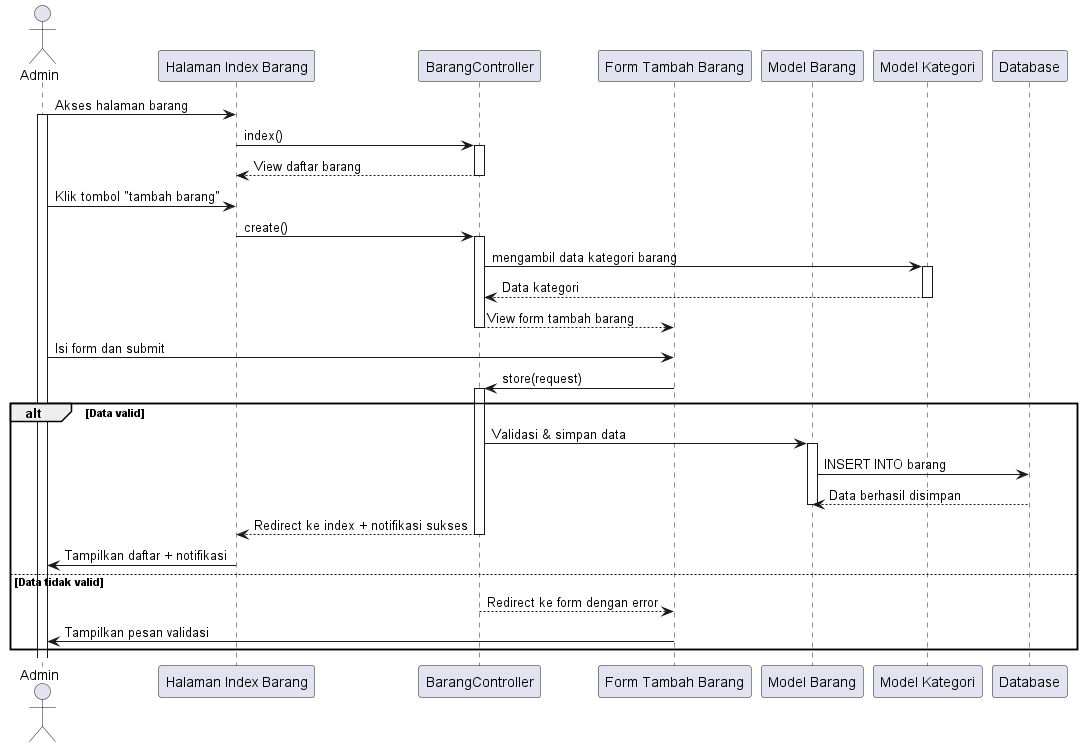
Above: out/sequence diagram/barang/membuat_barang/membuat_barang.png in tengahcang/UML_TA (PlantUML), before the change.
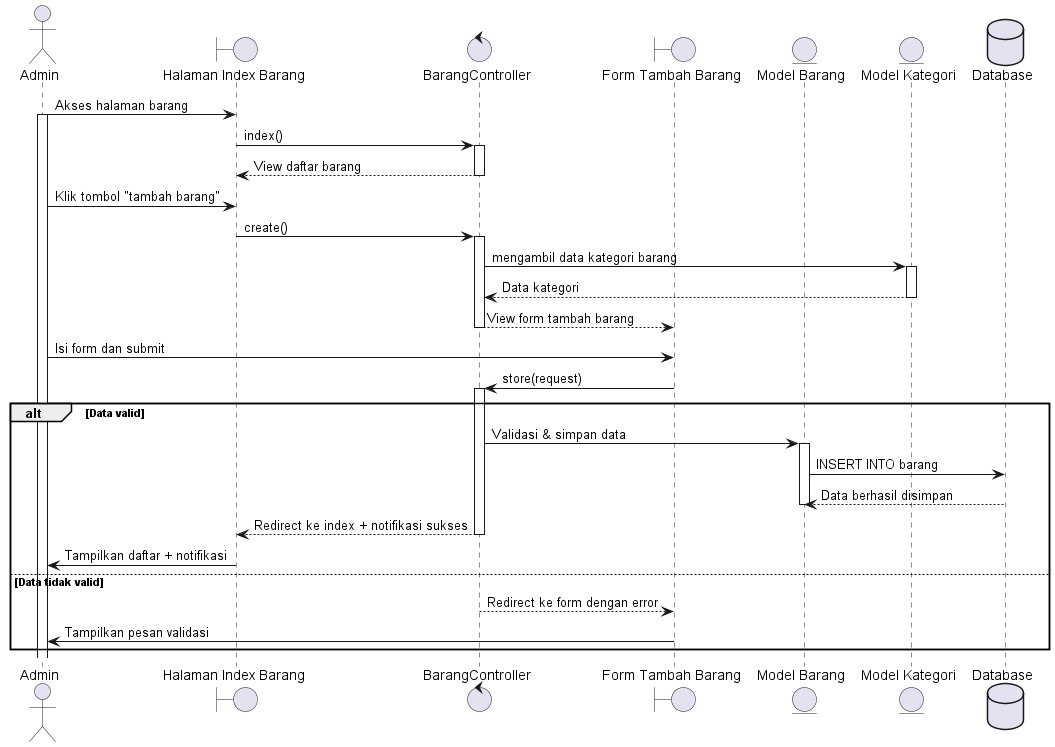
The same file after the commit.

Change to the diagram source:
```diff
@@ -1,12 +1,12 @@
 @startuml
 actor Admin
 
-participant "Halaman Index Barang" as BarangIndex
-participant "BarangController" as BarangController
-participant "Form Tambah Barang" as BarangForm
-participant "Model Barang" as BarangModel
-participant "Model Kategori" as KategoriModel
-participant "Database" as DB
+boundary "Halaman Index Barang" as BarangIndex
+control "BarangController" as BarangController
+boundary "Form Tambah Barang" as BarangForm
+entity "Model Barang" as BarangModel
+entity "Model Kategori" as KategoriModel
+database "Database" as DB
 
 Admin -> BarangIndex: Akses halaman barang
 activate Admin
```
